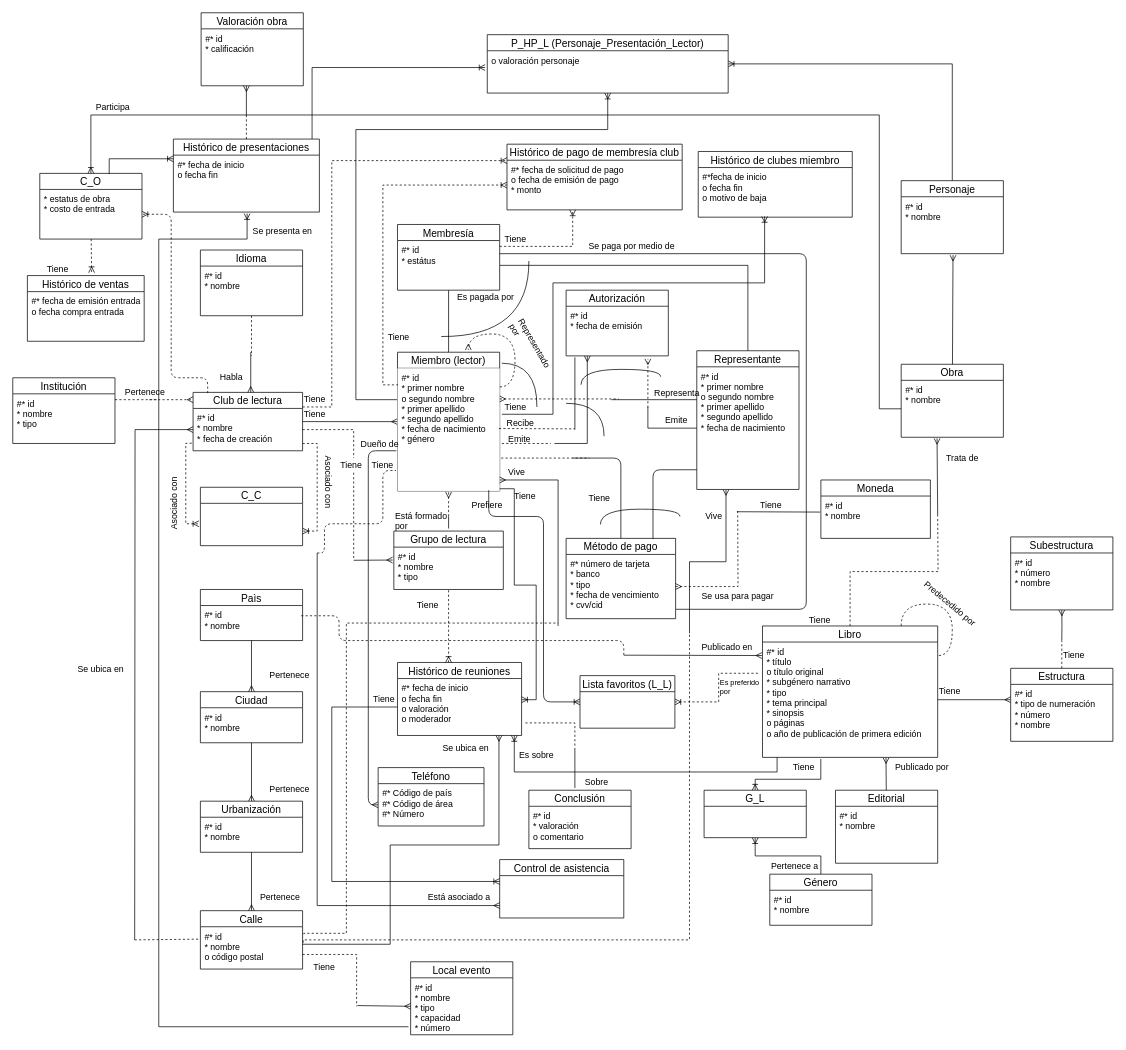
This is DB I/Hopefully this will be the last ER.drawio from NeutronBlast/IS-Ex, a draw.io file, before an edit. Source tidied: cells renumbered, new cells numbered last; positions are measured from the earlier drawing's top-left corner, leaving out a move shared by most shapes. Both pictures are drawn from the tidied source at 73%, with x=0, y=0 at pixel (12, 12).
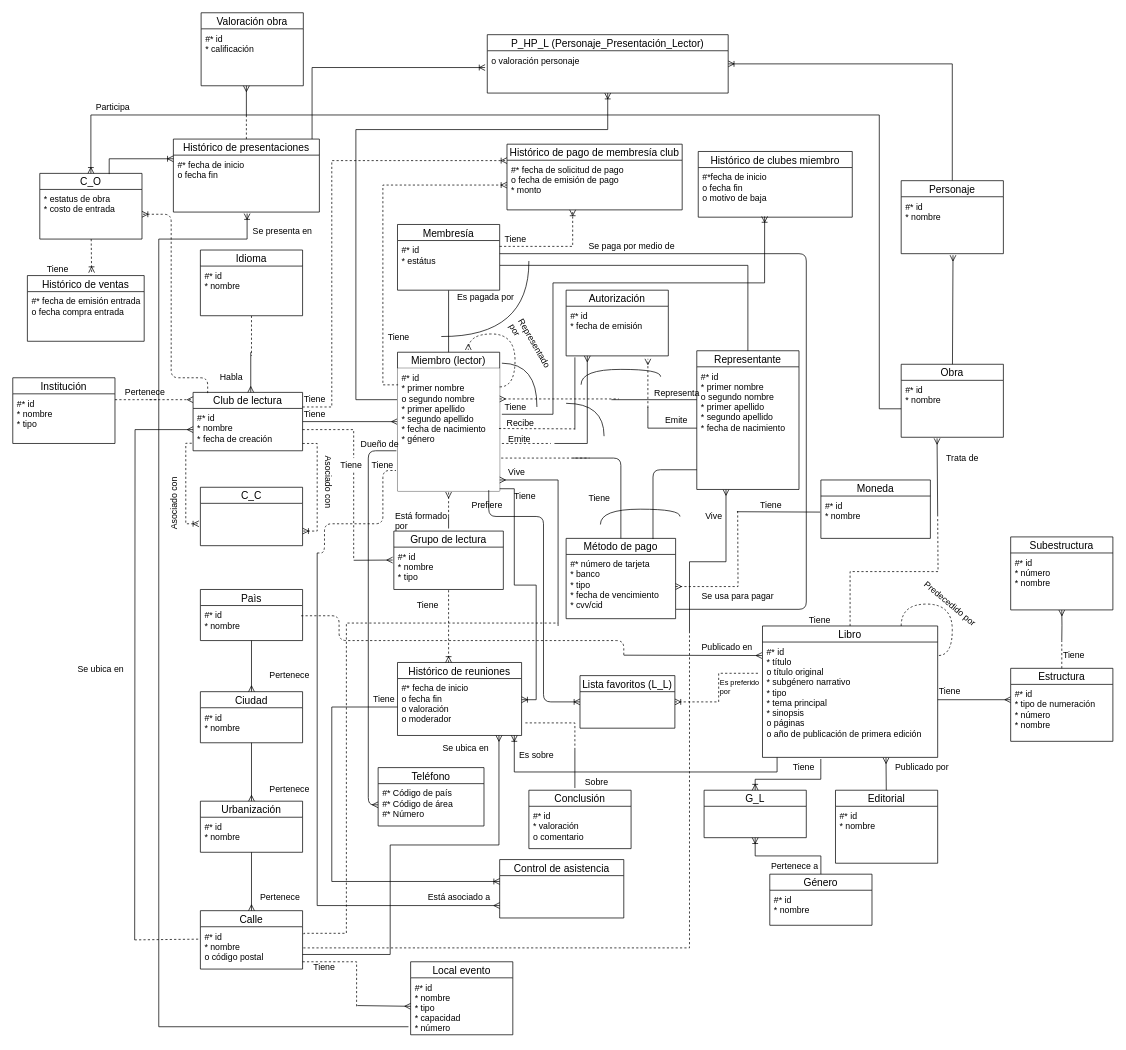
The same diagram, later.

The change refers to these unchanged cells:
```xml
<mxCell id="16" value="#* id&#10;* nombre&#10;o código postal&#10;" style="text;strokeColor=none;fillColor=none;spacingLeft=4;spacingRight=4;overflow=hidden;points=[[0,0.5],[1,0.5]];portConstraint=eastwest;fontSize=12;" parent="15" vertex="1">
  <mxGeometry y="22" width="140" height="58" as="geometry" />
</mxCell>
<mxCell id="85" value="#* fecha de inicio&#10;o fecha fin&#10;o valoración&#10;o moderador&#10;" style="text;strokeColor=none;fillColor=none;spacingLeft=4;spacingRight=4;overflow=hidden;points=[[0,0.5],[1,0.5]];portConstraint=eastwest;fontSize=12;" parent="84" vertex="1">
  <mxGeometry y="22" width="170" height="78" as="geometry" />
</mxCell>
```

Diff of the diagram source:
```diff
@@
-    <mxCell id="45" style="rounded=0;jettySize=auto;html=1;startArrow=none;startFill=0;endArrow=none;endFill=0;strokeColor=#000000;dashed=1;exitX=1.006;exitY=0.375;exitDx=0;exitDy=0;exitPerimeter=0;edgeStyle=orthogonalEdgeStyle;" parent="1" edge="1" source="16">
+    <mxCell id="45" style="rounded=0;orthogonalLoop=1;jettySize=auto;html=1;startArrow=none;startFill=0;endArrow=none;endFill=0;strokeColor=#000000;dashed=1;edgeStyle=orthogonalEdgeStyle;" parent="1" edge="1">
       <mxGeometry relative="1" as="geometry">
+        <mxPoint x="398" y="1281" as="sourcePoint" />
         <mxPoint x="927" y="850" as="targetPoint" />
         <Array as="points">
-          <mxPoint x="398" y="1270" />
-          <mxPoint x="927" y="1270" />
+          <mxPoint x="398" y="1281" />
+          <mxPoint x="927" y="1281" />
         </Array>
       </mxGeometry>
     </mxCell>
@@
     <mxCell id="104" style="edgeStyle=orthogonalEdgeStyle;rounded=0;jettySize=auto;html=1;startArrow=none;startFill=0;endArrow=ERmany;endFill=0;strokeColor=#000000;" parent="1" edge="1" source="16" target="85">
       <mxGeometry relative="1" as="geometry">
         <Array as="points">
-          <mxPoint x="517" y="1276" />
+          <mxPoint x="517" y="1290" />
           <mxPoint x="517" y="1140" />
           <mxPoint x="666" y="1140" />
         </Array>
       </mxGeometry>
     </mxCell>
@@
     <mxCell id="148" style="edgeStyle=orthogonalEdgeStyle;rounded=0;jettySize=auto;html=1;startArrow=none;startFill=0;endArrow=none;endFill=0;strokeColor=#000000;dashed=1;" parent="1" edge="1" source="16">
       <mxGeometry relative="1" as="geometry">
         <mxPoint x="471" y="1361" as="targetPoint" />
         <Array as="points">
-          <mxPoint x="471" y="1290" />
-          <mxPoint x="471" y="1361" />
+          <mxPoint x="471" y="1300" />
         </Array>
       </mxGeometry>
     </mxCell>
```
